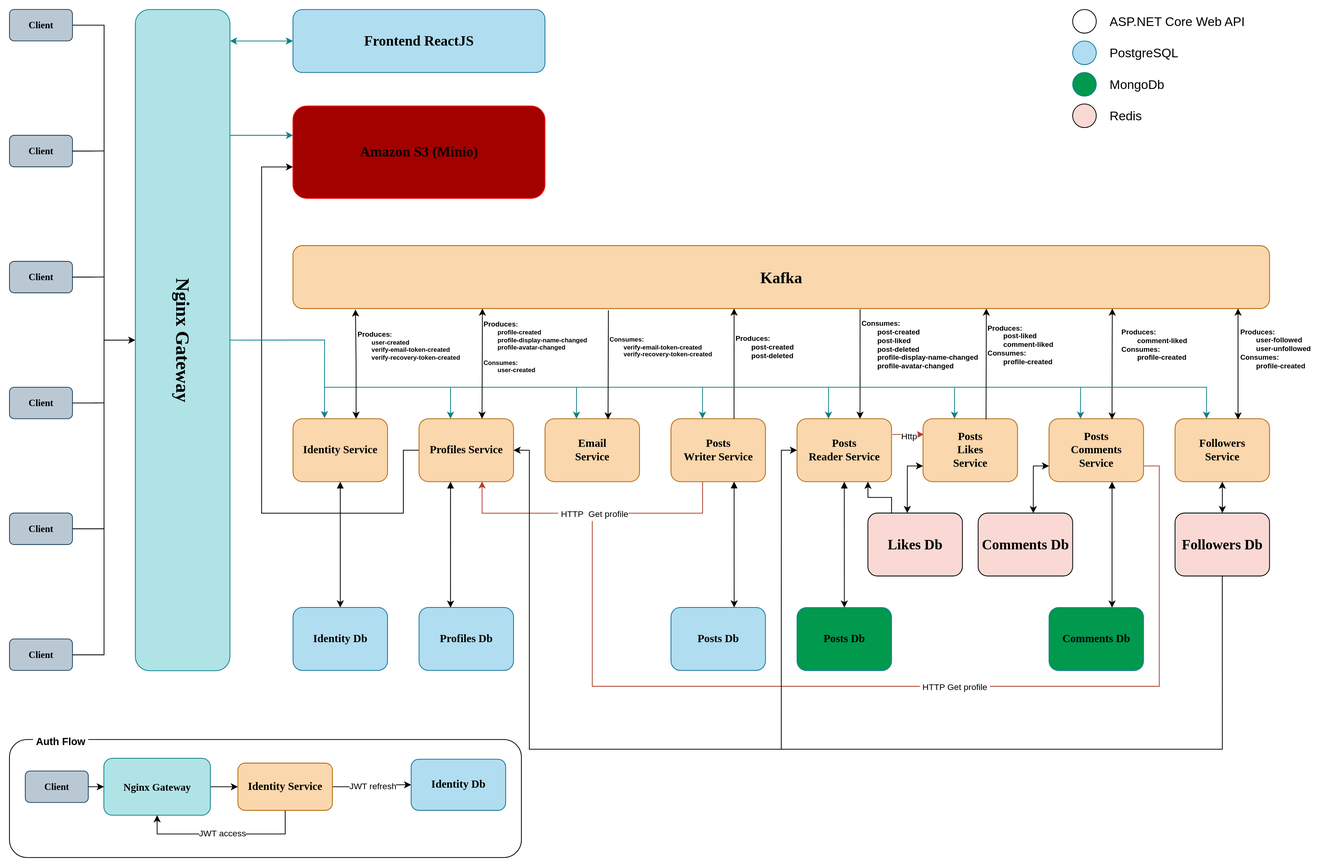
Before: assets/diagrams/architecture.svg, a diagram exported from draw.io (ruslanovchy/RureSub-Documentation). Source tidied: cells renumbered, new cells last; positions are measured from the earlier drawing's top-left corner, leaving out a move shared by most shapes.
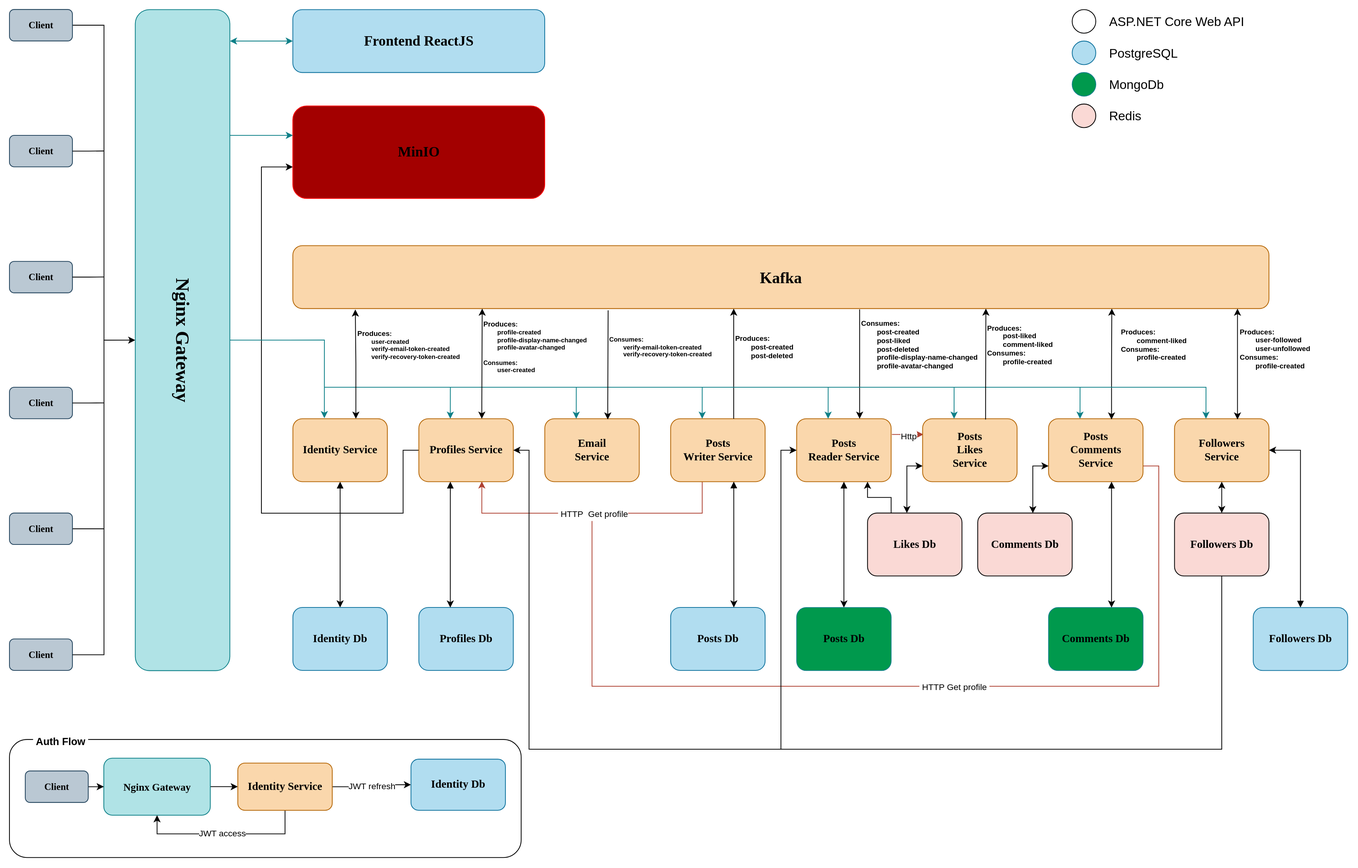
Above is the later version.

Commit message:
fix: add postgres followers db to diagrams

Diff of the diagram source:
```diff
@@ -231,7 +231,7 @@
         </Array>
       </mxGeometry>
     </mxCell>
-    <mxCell id="41" value="Likes Db" style="rounded=1;whiteSpace=wrap;html=1;fillColor=light-dark(#FAD9D5,#420808);strokeColor=light-dark(#000000,#CC0000);fontFamily=Lucida Console;fontSize=18;fontColor=default;fontStyle=1;align=center;verticalAlign=middle;" parent="1" vertex="1">
+    <mxCell id="41" value="Likes Db" style="rounded=1;whiteSpace=wrap;html=1;fillColor=light-dark(#FAD9D5,#420808);strokeColor=light-dark(#000000,#CC0000);fontFamily=Lucida Console;fontSize=14;fontColor=default;fontStyle=1;align=center;verticalAlign=middle;" parent="1" vertex="1">
       <mxGeometry x="1290" y="639.9" width="120" height="80" as="geometry" />
     </mxCell>
     <mxCell id="42" value="Posts&lt;div&gt;Likes&lt;/div&gt;&lt;div&gt;Service&lt;/div&gt;" style="rounded=1;whiteSpace=wrap;html=1;fontFamily=Lucida Console;fontSize=14;fontStyle=1;align=center;verticalAlign=middle;fillColor=light-dark(#FAD7AC,#520027);strokeColor=light-dark(#B46504,#CC0066);" parent="1" vertex="1">
@@ -412,7 +412,7 @@
         <mxPoint x="319.9" y="179.7" as="targetPoint" />
       </mxGeometry>
     </mxCell>
-    <mxCell id="84" value="Amazon S3 (Minio)" style="rounded=1;whiteSpace=wrap;html=1;fillColor=light-dark(#A30000,#130F57);strokeColor=light-dark(#FF0000,#406BE6);fontFamily=Lucida Console;fontStyle=1;fontSize=18;" parent="1" vertex="1">
+    <mxCell id="84" value="MinIO" style="rounded=1;whiteSpace=wrap;html=1;fillColor=light-dark(#A30000,#130F57);strokeColor=light-dark(#FF0000,#406BE6);fontFamily=Lucida Console;fontStyle=1;fontSize=18;" parent="1" vertex="1">
       <mxGeometry x="559.9" y="122.5" width="320" height="117.5" as="geometry" />
     </mxCell>
     <mxCell id="85" style="edgeStyle=orthogonalEdgeStyle;rounded=0;orthogonalLoop=1;jettySize=auto;html=1;entryX=0;entryY=0.5;entryDx=0;entryDy=0;strokeColor=#0E8088;align=center;verticalAlign=middle;fontFamily=Helvetica;fontSize=11;fontColor=default;labelBackgroundColor=default;endArrow=classic;curved=0;startArrow=none;startFill=0;" parent="1" edge="1">
@@ -427,7 +427,7 @@
     <mxCell id="86" value="&lt;div&gt;Produces:&lt;/div&gt;&lt;div&gt;&lt;span style=&quot;white-space: pre;&quot;&gt;&#9;&lt;/span&gt;&lt;span style=&quot;background-color: light-dark(#ffffff, var(--ge-dark-color, #121212)); color: light-dark(rgb(0, 0, 0), rgb(204, 102, 0));&quot;&gt;comment-liked&lt;/span&gt;&lt;br&gt;&lt;/div&gt;&lt;div&gt;Consumes:&lt;/div&gt;&lt;div&gt;&lt;span style=&quot;white-space: pre;&quot;&gt;&#9;&lt;/span&gt;profile-created&lt;/div&gt;" style="edgeLabel;html=1;align=left;verticalAlign=middle;fontFamily=Helvetica;fontSize=9;fontColor=light-dark(#000000,#CC6600);fontStyle=1;labelBackgroundColor=default;" parent="1" vertex="1">
       <mxGeometry x="1610" y="425" as="geometry" />
     </mxCell>
-    <mxCell id="87" value="Comments Db" style="rounded=1;whiteSpace=wrap;html=1;fillColor=light-dark(#FAD9D5,#420808);strokeColor=light-dark(#000000,#CC0000);fontFamily=Lucida Console;fontSize=18;fontColor=default;fontStyle=1;align=center;verticalAlign=middle;" parent="1" vertex="1">
+    <mxCell id="87" value="Comments Db" style="rounded=1;whiteSpace=wrap;html=1;fillColor=light-dark(#FAD9D5,#420808);strokeColor=light-dark(#000000,#CC0000);fontFamily=Lucida Console;fontSize=14;fontColor=default;fontStyle=1;align=center;verticalAlign=middle;" parent="1" vertex="1">
       <mxGeometry x="1430" y="639.9" width="120" height="80" as="geometry" />
     </mxCell>
     <mxCell id="88" style="edgeStyle=orthogonalEdgeStyle;rounded=0;jettySize=auto;html=1;strokeColor=light-dark(#000000,#CC0000);align=center;verticalAlign=middle;fontFamily=Helvetica;fontSize=11;fontColor=default;labelBackgroundColor=default;startArrow=classic;endArrow=classic;exitX=0.5;exitY=0;exitDx=0;exitDy=0;entryX=0;entryY=0.75;entryDx=0;entryDy=0;" parent="1" edge="1" target="43">
@@ -473,7 +473,7 @@
     <mxCell id="94" style="edgeStyle=orthogonalEdgeStyle;rounded=0;jettySize=auto;html=1;entryX=0.5;entryY=1;entryDx=0;entryDy=0;strokeColor=light-dark(#000000,#CC0000);align=center;verticalAlign=middle;fontFamily=Helvetica;fontSize=11;fontColor=default;labelBackgroundColor=default;startArrow=classic;endArrow=classic;" parent="1" edge="1" source="95" target="90">
       <mxGeometry relative="1" as="geometry" />
     </mxCell>
-    <mxCell id="95" value="Followers Db" style="rounded=1;whiteSpace=wrap;html=1;fillColor=light-dark(#FAD9D5,#420808);strokeColor=light-dark(#000000,#CC0000);fontFamily=Lucida Console;fontSize=18;fontColor=default;fontStyle=1;align=center;verticalAlign=middle;" parent="1" vertex="1">
+    <mxCell id="95" value="Followers Db" style="rounded=1;whiteSpace=wrap;html=1;fillColor=light-dark(#FAD9D5,#420808);strokeColor=light-dark(#000000,#CC0000);fontFamily=Lucida Console;fontSize=14;fontColor=default;fontStyle=1;align=center;verticalAlign=middle;" parent="1" vertex="1">
       <mxGeometry x="1680" y="639.9" width="120" height="80" as="geometry" />
     </mxCell>
     <mxCell id="96" style="edgeStyle=orthogonalEdgeStyle;rounded=0;jettySize=auto;html=1;strokeColor=light-dark(#000000,#CC0000);align=center;verticalAlign=middle;fontFamily=Helvetica;fontSize=11;fontColor=default;labelBackgroundColor=default;startArrow=none;endArrow=classic;exitX=0.25;exitY=0;exitDx=0;exitDy=0;entryX=0.75;entryY=1;entryDx=0;entryDy=0;startFill=0;" parent="1" edge="1" source="41" target="34">
@@ -493,5 +493,11 @@
         </Array>
       </mxGeometry>
     </mxCell>
+    <mxCell id="98" style="edgeStyle=orthogonalEdgeStyle;rounded=0;jettySize=auto;html=1;entryX=1;entryY=0.5;entryDx=0;entryDy=0;strokeColor=light-dark(#000000,#54A9CE);align=center;verticalAlign=middle;fontFamily=Helvetica;fontSize=11;fontColor=default;labelBackgroundColor=default;startArrow=block;startFill=1;endArrow=classic;" parent="1" edge="1" source="99" target="90">
+      <mxGeometry relative="1" as="geometry" />
+    </mxCell>
+    <mxCell id="99" value="&lt;div&gt;Followers Db&lt;/div&gt;" style="rounded=1;whiteSpace=wrap;html=1;fontFamily=Lucida Console;fontSize=14;fontStyle=1;align=center;verticalAlign=middle;fillColor=#b1ddf0;strokeColor=#10739e;" parent="1" vertex="1">
+      <mxGeometry x="1780" y="760" width="120" height="80" as="geometry" />
+    </mxCell>
   </root>
 </mxGraphModel>
```
